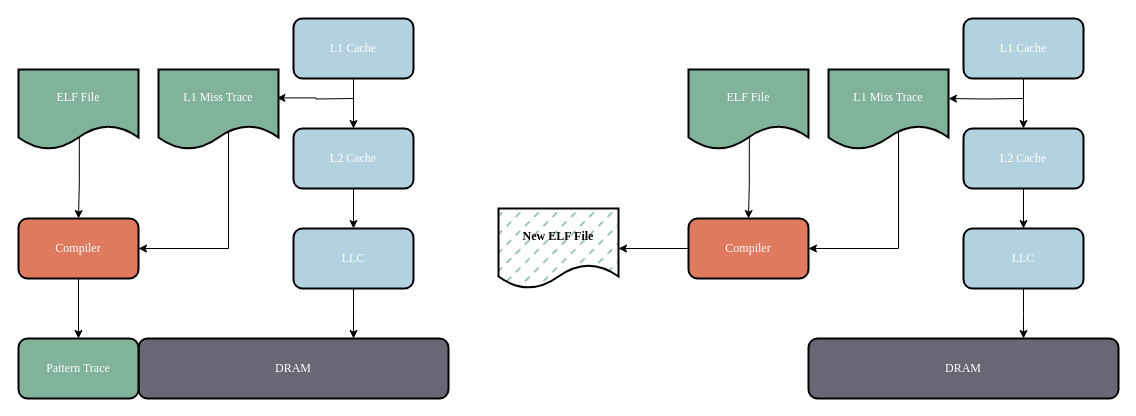
Before: page "Page-7" (7 of 7) of paper Diagram.drawio in miaochenlu/Draw, a draw.io diagram. Source tidied: cells renumbered, new cells numbered last; positions are measured from the earlier drawing's top-left corner, leaving out a move shared by most shapes. Both pictures are drawn from the tidied source at 100%, with x=0, y=0 at pixel (18, 18).
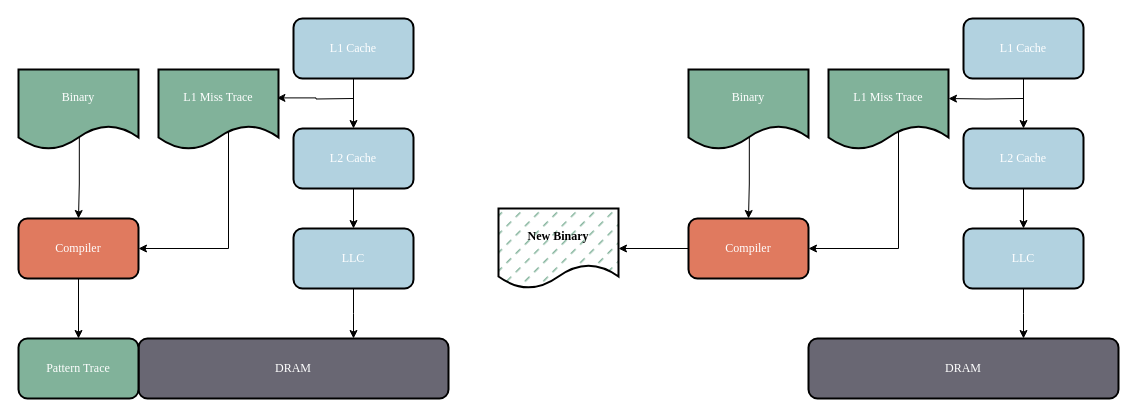
Above is the later version.

Change to the diagram source:
```diff
@@
-    <mxCell id="10" value="&lt;font color=&quot;#ffffff&quot; face=&quot;Times New Roman&quot;&gt;ELF File&lt;/font&gt;" style="shape=document;whiteSpace=wrap;html=1;boundedLbl=1;strokeWidth=2;fontFamily=Times New Roman;fillColor=#81B29A;rounded=1;" parent="1" vertex="1">
+    <mxCell id="10" value="&lt;font color=&quot;#ffffff&quot; face=&quot;Times New Roman&quot;&gt;Binary&lt;/font&gt;" style="shape=document;whiteSpace=wrap;html=1;boundedLbl=1;strokeWidth=2;fontFamily=Times New Roman;fillColor=#81B29A;rounded=1;" parent="1" vertex="1">
       <mxGeometry y="51" width="120" height="80" as="geometry" />
     </mxCell>
@@
-    <mxCell id="25" value="&lt;font color=&quot;#ffffff&quot; face=&quot;Times New Roman&quot;&gt;ELF File&lt;/font&gt;" style="shape=document;whiteSpace=wrap;html=1;boundedLbl=1;strokeWidth=2;fontFamily=Times New Roman;fillColor=#81B29A;rounded=1;" parent="1" vertex="1">
+    <mxCell id="25" value="&lt;font color=&quot;#ffffff&quot; face=&quot;Times New Roman&quot;&gt;Binary&lt;/font&gt;" style="shape=document;whiteSpace=wrap;html=1;boundedLbl=1;strokeWidth=2;fontFamily=Times New Roman;fillColor=#81B29A;rounded=1;" parent="1" vertex="1">
       <mxGeometry x="670" y="51" width="120" height="80" as="geometry" />
     </mxCell>
@@
-    <mxCell id="31" value="&lt;font face=&quot;Times New Roman&quot;&gt;&lt;b&gt;New ELF File&lt;/b&gt;&lt;/font&gt;" style="shape=document;whiteSpace=wrap;html=1;boundedLbl=1;strokeWidth=2;fontFamily=Times New Roman;fillColor=#81B29A;rounded=1;fillStyle=dashed;" parent="1" vertex="1">
+    <mxCell id="31" value="&lt;font face=&quot;Times New Roman&quot;&gt;&lt;b&gt;New Binary&lt;/b&gt;&lt;/font&gt;" style="shape=document;whiteSpace=wrap;html=1;boundedLbl=1;strokeWidth=2;fontFamily=Times New Roman;fillColor=#81B29A;rounded=1;fillStyle=dashed;" parent="1" vertex="1">
       <mxGeometry x="480" y="190" width="120" height="80" as="geometry" />
     </mxCell>
```
